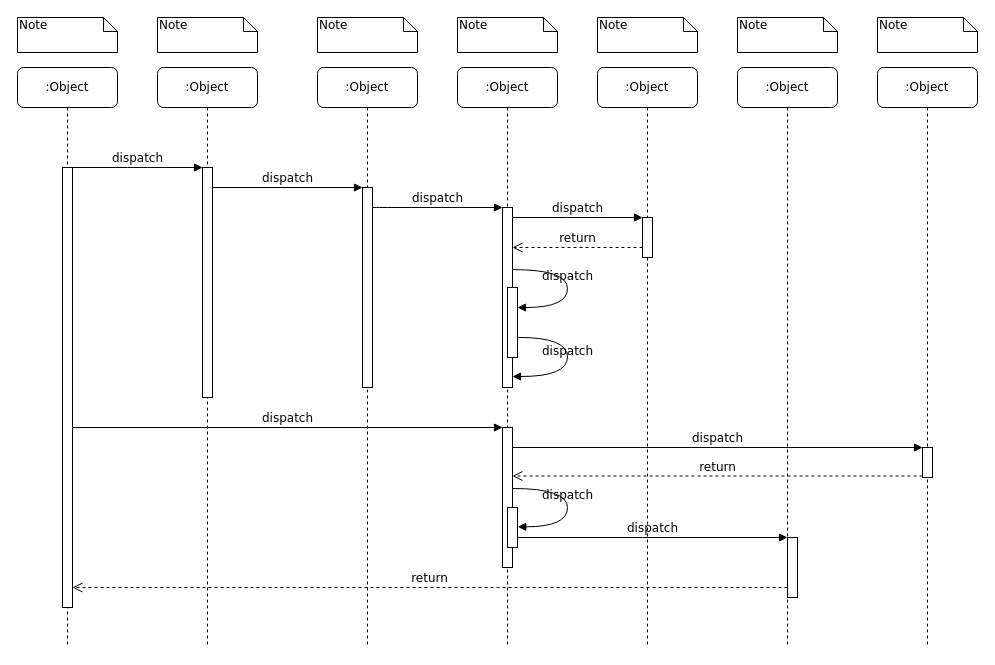
vain01/wx keeps this draw.io diagram as Demo/Untitled Diagram.drawio. Above is the earlier version. Source tidied: cells renumbered, new cells numbered last; positions are measured from the earlier drawing's top-left corner, leaving out a move shared by most shapes. Both pictures are drawn from the tidied source at 100%, with x=0, y=0 at pixel (17, 17).
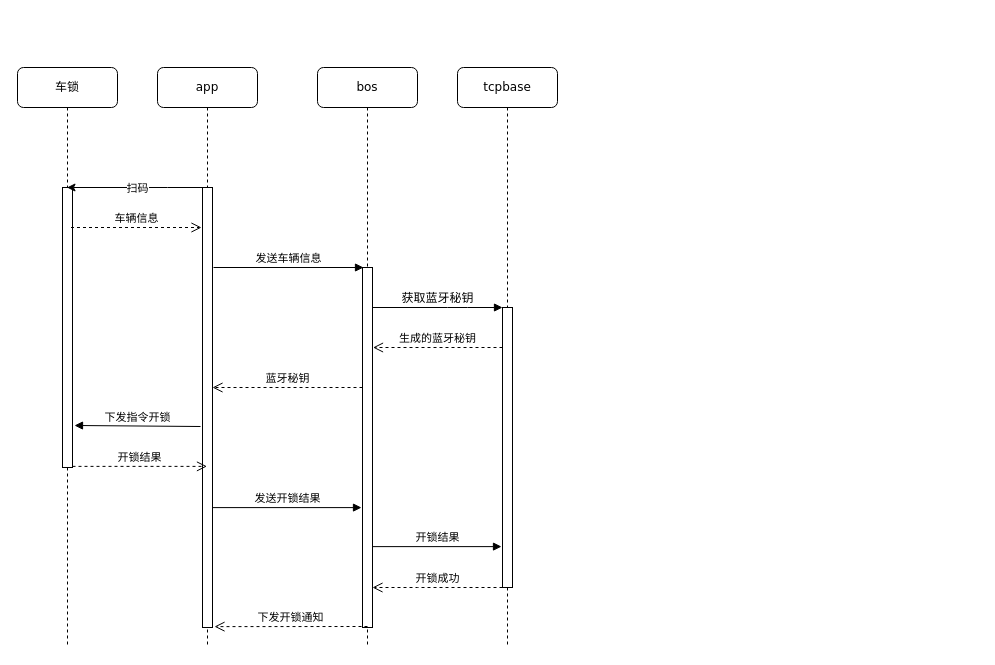
The same diagram, later.

What changed in the source:
```diff
@@
-    <mxCell id="2" value=":Object" style="shape=umlLifeline;perimeter=lifelinePerimeter;whiteSpace=wrap;html=1;outlineConnect=0;rounded=1;shadow=0;comic=0;labelBackgroundColor=none;strokeWidth=1;fontFamily=Verdana;fontSize=12;align=center;" parent="1" vertex="1">
+    <mxCell id="2" value="app" style="shape=umlLifeline;perimeter=lifelinePerimeter;whiteSpace=wrap;html=1;outlineConnect=0;rounded=1;shadow=0;comic=0;labelBackgroundColor=none;strokeWidth=1;fontFamily=Verdana;fontSize=12;align=center;" parent="1" vertex="1">
       <mxGeometry x="140" y="50" width="100" height="580" as="geometry" />
     </mxCell>
     <mxCell id="3" style="html=1;points=[];perimeter=orthogonalPerimeter;rounded=0;shadow=0;comic=0;labelBackgroundColor=none;strokeWidth=1;fontFamily=Verdana;fontSize=12;align=center;" parent="2" vertex="1">
-      <mxGeometry x="45" y="100" width="10" height="230" as="geometry" />
+      <mxGeometry x="45" y="120" width="10" height="440" as="geometry" />
     </mxCell>
-    <mxCell id="4" value=":Object" style="shape=umlLifeline;perimeter=lifelinePerimeter;whiteSpace=wrap;html=1;rounded=1;shadow=0;comic=0;labelBackgroundColor=none;strokeWidth=1;fontFamily=Verdana;fontSize=12;align=center;" parent="1" vertex="1">
+    <mxCell id="4" value="bos" style="shape=umlLifeline;perimeter=lifelinePerimeter;whiteSpace=wrap;html=1;rounded=1;shadow=0;comic=0;labelBackgroundColor=none;strokeWidth=1;fontFamily=Verdana;fontSize=12;align=center;" parent="1" vertex="1">
       <mxGeometry x="300" y="50" width="100" height="580" as="geometry" />
     </mxCell>
     <mxCell id="5" style="html=1;points=[];perimeter=orthogonalPerimeter;rounded=0;shadow=0;comic=0;labelBackgroundColor=none;strokeWidth=1;fontFamily=Verdana;fontSize=12;align=center;" parent="4" vertex="1">
-      <mxGeometry x="45" y="120" width="10" height="200" as="geometry" />
+      <mxGeometry x="45" y="200" width="10" height="360" as="geometry" />
     </mxCell>
-    <mxCell id="6" value=":Object" style="shape=umlLifeline;perimeter=lifelinePerimeter;whiteSpace=wrap;html=1;rounded=1;shadow=0;comic=0;labelBackgroundColor=none;strokeWidth=1;fontFamily=Verdana;fontSize=12;align=center;" parent="1" vertex="1">
+    <mxCell id="6" value="tcpbase" style="shape=umlLifeline;perimeter=lifelinePerimeter;whiteSpace=wrap;html=1;rounded=1;shadow=0;comic=0;labelBackgroundColor=none;strokeWidth=1;fontFamily=Verdana;fontSize=12;align=center;" parent="1" vertex="1">
       <mxGeometry x="440" y="50" width="100" height="580" as="geometry" />
     </mxCell>
-    <mxCell id="7" value=":Object" style="shape=umlLifeline;perimeter=lifelinePerimeter;whiteSpace=wrap;html=1;rounded=1;shadow=0;comic=0;labelBackgroundColor=none;strokeWidth=1;fontFamily=Verdana;fontSize=12;align=center;" parent="1" vertex="1">
-      <mxGeometry x="580" y="50" width="100" height="580" as="geometry" />
-    </mxCell>
-    <mxCell id="8" value=":Object" style="shape=umlLifeline;perimeter=lifelinePerimeter;whiteSpace=wrap;html=1;rounded=1;shadow=0;comic=0;labelBackgroundColor=none;strokeWidth=1;fontFamily=Verdana;fontSize=12;align=center;" parent="1" vertex="1">
-      <mxGeometry x="720" y="50" width="100" height="580" as="geometry" />
-    </mxCell>
-    <mxCell id="9" value=":Object" style="shape=umlLifeline;perimeter=lifelinePerimeter;whiteSpace=wrap;html=1;rounded=1;shadow=0;comic=0;labelBackgroundColor=none;strokeWidth=1;fontFamily=Verdana;fontSize=12;align=center;" parent="1" vertex="1">
-      <mxGeometry x="860" y="50" width="100" height="580" as="geometry" />
-    </mxCell>
-    <mxCell id="10" value=":Object" style="shape=umlLifeline;perimeter=lifelinePerimeter;whiteSpace=wrap;html=1;outlineConnect=0;rounded=1;shadow=0;comic=0;labelBackgroundColor=none;strokeWidth=1;fontFamily=Verdana;fontSize=12;align=center;" parent="1" vertex="1">
+    <mxCell id="10" value="车锁" style="shape=umlLifeline;perimeter=lifelinePerimeter;whiteSpace=wrap;html=1;outlineConnect=0;rounded=1;shadow=0;comic=0;labelBackgroundColor=none;strokeWidth=1;fontFamily=Verdana;fontSize=12;align=center;" parent="1" vertex="1">
       <mxGeometry y="50" width="100" height="580" as="geometry" />
     </mxCell>
     <mxCell id="11" style="html=1;points=[];perimeter=orthogonalPerimeter;rounded=0;shadow=0;comic=0;labelBackgroundColor=none;strokeWidth=1;fontFamily=Verdana;fontSize=12;align=center;" parent="10" vertex="1">
-      <mxGeometry x="45" y="100" width="10" height="440" as="geometry" />
+      <mxGeometry x="45" y="120" width="10" height="280" as="geometry" />
     </mxCell>
     <mxCell id="12" style="html=1;points=[];perimeter=orthogonalPerimeter;rounded=0;shadow=0;comic=0;labelBackgroundColor=none;strokeWidth=1;fontFamily=Verdana;fontSize=12;align=center;" parent="1" vertex="1">
-      <mxGeometry x="485" y="190" width="10" height="180" as="geometry" />
+      <mxGeometry x="485" y="290" width="10" height="280" as="geometry" />
     </mxCell>
-    <mxCell id="13" value="dispatch" style="html=1;verticalAlign=bottom;endArrow=block;labelBackgroundColor=none;fontFamily=Verdana;fontSize=12;edgeStyle=elbowEdgeStyle;elbow=vertical;" parent="1" edge="1" source="5" target="12">
+    <mxCell id="13" value="获取蓝牙秘钥" style="html=1;verticalAlign=bottom;endArrow=block;labelBackgroundColor=none;fontFamily=Verdana;fontSize=12;edgeStyle=elbowEdgeStyle;elbow=vertical;" parent="1" edge="1" source="5" target="12">
       <mxGeometry relative="1" as="geometry">
         <Array as="points">
+          <mxPoint x="440" y="290" />
+          <mxPoint x="450" y="270" />
           <mxPoint x="360" y="190" />
         </Array>
       </mxGeometry>
     </mxCell>
-    <mxCell id="14" style="html=1;points=[];perimeter=orthogonalPerimeter;rounded=0;shadow=0;comic=0;labelBackgroundColor=none;strokeWidth=1;fontFamily=Verdana;fontSize=12;align=center;" parent="1" vertex="1">
-      <mxGeometry x="625" y="200" width="10" height="40" as="geometry" />
-    </mxCell>
-    <mxCell id="15" value="dispatch" style="html=1;verticalAlign=bottom;endArrow=block;entryX=0;entryY=0;labelBackgroundColor=none;fontFamily=Verdana;fontSize=12;edgeStyle=elbowEdgeStyle;elbow=vertical;" parent="1" edge="1" source="12" target="14">
-      <mxGeometry relative="1" as="geometry" />
-    </mxCell>
-    <mxCell id="16" value="return" style="html=1;verticalAlign=bottom;endArrow=open;dashed=1;endSize=8;labelBackgroundColor=none;fontFamily=Verdana;fontSize=12;edgeStyle=elbowEdgeStyle;elbow=vertical;" parent="1" edge="1" source="14" target="12">
-      <mxGeometry relative="1" as="geometry">
-        <Array as="points">
-          <mxPoint x="570" y="230" />
-          <mxPoint x="600" y="230" />
-        </Array>
-      </mxGeometry>
-    </mxCell>
-    <mxCell id="17" style="html=1;points=[];perimeter=orthogonalPerimeter;rounded=0;shadow=0;comic=0;labelBackgroundColor=none;strokeWidth=1;fontFamily=Verdana;fontSize=12;align=center;" parent="1" vertex="1">
-      <mxGeometry x="485" y="410" width="10" height="140" as="geometry" />
-    </mxCell>
-    <mxCell id="18" value="dispatch" style="html=1;verticalAlign=bottom;endArrow=block;entryX=0;entryY=0;labelBackgroundColor=none;fontFamily=Verdana;fontSize=12;" parent="1" edge="1" source="11" target="17">
-      <mxGeometry relative="1" as="geometry" />
-    </mxCell>
-    <mxCell id="19" style="html=1;points=[];perimeter=orthogonalPerimeter;rounded=0;shadow=0;comic=0;labelBackgroundColor=none;strokeColor=#000000;strokeWidth=1;fillColor=#FFFFFF;fontFamily=Verdana;fontSize=12;fontColor=#000000;align=center;" parent="1" vertex="1">
-      <mxGeometry x="905" y="430" width="10" height="30" as="geometry" />
-    </mxCell>
-    <mxCell id="20" value="dispatch" style="html=1;verticalAlign=bottom;endArrow=block;entryX=0;entryY=0;labelBackgroundColor=none;fontFamily=Verdana;fontSize=12;" parent="1" edge="1" source="17" target="19">
-      <mxGeometry relative="1" as="geometry" />
-    </mxCell>
-    <mxCell id="21" value="return" style="html=1;verticalAlign=bottom;endArrow=open;dashed=1;endSize=8;exitX=0;exitY=0.95;labelBackgroundColor=none;fontFamily=Verdana;fontSize=12;" parent="1" edge="1" source="19" target="17">
-      <mxGeometry relative="1" as="geometry" />
-    </mxCell>
-    <mxCell id="22" style="html=1;points=[];perimeter=orthogonalPerimeter;rounded=0;shadow=0;comic=0;labelBackgroundColor=none;strokeWidth=1;fontFamily=Verdana;fontSize=12;align=center;" parent="1" vertex="1">
-      <mxGeometry x="770" y="520" width="10" height="60" as="geometry" />
-    </mxCell>
-    <mxCell id="23" value="dispatch" style="html=1;verticalAlign=bottom;endArrow=block;entryX=0;entryY=0;labelBackgroundColor=none;fontFamily=Verdana;fontSize=12;edgeStyle=elbowEdgeStyle;elbow=vertical;" parent="1" edge="1" source="30" target="22">
-      <mxGeometry relative="1" as="geometry" />
-    </mxCell>
-    <mxCell id="24" value="return" style="html=1;verticalAlign=bottom;endArrow=open;dashed=1;endSize=8;labelBackgroundColor=none;fontFamily=Verdana;fontSize=12;edgeStyle=elbowEdgeStyle;elbow=vertical;" parent="1" edge="1" source="22" target="11">
-      <mxGeometry relative="1" as="geometry">
-        <Array as="points">
-          <mxPoint x="470" y="570" />
-        </Array>
-      </mxGeometry>
-    </mxCell>
-    <mxCell id="25" value="dispatch" style="html=1;verticalAlign=bottom;endArrow=block;entryX=0;entryY=0;labelBackgroundColor=none;fontFamily=Verdana;fontSize=12;edgeStyle=elbowEdgeStyle;elbow=vertical;" parent="1" edge="1" source="11" target="3">
-      <mxGeometry relative="1" as="geometry" />
-    </mxCell>
-    <mxCell id="26" value="dispatch" style="html=1;verticalAlign=bottom;endArrow=block;entryX=0;entryY=0;labelBackgroundColor=none;fontFamily=Verdana;fontSize=12;edgeStyle=elbowEdgeStyle;elbow=vertical;" parent="1" edge="1" source="3" target="5">
-      <mxGeometry relative="1" as="geometry" />
-    </mxCell>
-    <mxCell id="27" style="html=1;points=[];perimeter=orthogonalPerimeter;rounded=0;shadow=0;comic=0;labelBackgroundColor=none;strokeWidth=1;fontFamily=Verdana;fontSize=12;align=center;" parent="1" vertex="1">
-      <mxGeometry x="490" y="270" width="10" height="70" as="geometry" />
-    </mxCell>
-    <mxCell id="28" value="dispatch" style="html=1;verticalAlign=bottom;endArrow=block;labelBackgroundColor=none;fontFamily=Verdana;fontSize=12;elbow=vertical;edgeStyle=orthogonalEdgeStyle;curved=1;entryX=1;entryY=0.286;entryPerimeter=0;exitX=1.038;exitY=0.345;exitPerimeter=0;" parent="1" edge="1" source="12" target="27">
-      <mxGeometry relative="1" as="geometry">
-        <Array as="points">
-          <mxPoint x="550" y="252" />
-          <mxPoint x="550" y="290" />
-        </Array>
-      </mxGeometry>
-    </mxCell>
-    <mxCell id="29" value="dispatch" style="html=1;verticalAlign=bottom;endArrow=block;labelBackgroundColor=none;fontFamily=Verdana;fontSize=12;elbow=vertical;edgeStyle=orthogonalEdgeStyle;curved=1;exitX=1.066;exitY=0.713;exitPerimeter=0;" parent="1" edge="1" source="27">
-      <mxGeometry relative="1" as="geometry">
-        <mxPoint x="495" y="359" as="targetPoint" />
-        <Array as="points">
-          <mxPoint x="550" y="320" />
-          <mxPoint x="550" y="359" />
-        </Array>
-      </mxGeometry>
-    </mxCell>
-    <mxCell id="30" style="html=1;points=[];perimeter=orthogonalPerimeter;rounded=0;shadow=0;comic=0;labelBackgroundColor=none;strokeWidth=1;fontFamily=Verdana;fontSize=12;align=center;" parent="1" vertex="1">
-      <mxGeometry x="490" y="490" width="10" height="40" as="geometry" />
-    </mxCell>
-    <mxCell id="31" value="dispatch" style="html=1;verticalAlign=bottom;endArrow=block;labelBackgroundColor=none;fontFamily=Verdana;fontSize=12;elbow=vertical;edgeStyle=orthogonalEdgeStyle;curved=1;entryX=1;entryY=0.286;entryPerimeter=0;exitX=1.038;exitY=0.345;exitPerimeter=0;" parent="1" edge="1">
-      <mxGeometry relative="1" as="geometry">
-        <mxPoint x="495.3" y="471" as="sourcePoint" />
-        <mxPoint x="500.3" y="509.3" as="targetPoint" />
-        <Array as="points">
-          <mxPoint x="550" y="471" />
-          <mxPoint x="550" y="509" />
-        </Array>
-      </mxGeometry>
-    </mxCell>
-    <mxCell id="32" value="Note" style="shape=note;whiteSpace=wrap;html=1;size=14;verticalAlign=top;align=left;spacingTop=-6;rounded=0;shadow=0;comic=0;labelBackgroundColor=none;strokeWidth=1;fontFamily=Verdana;fontSize=12;" parent="1" vertex="1">
-      <mxGeometry width="100" height="35" as="geometry" />
-    </mxCell>
-    <mxCell id="33" value="Note" style="shape=note;whiteSpace=wrap;html=1;size=14;verticalAlign=top;align=left;spacingTop=-6;rounded=0;shadow=0;comic=0;labelBackgroundColor=none;strokeWidth=1;fontFamily=Verdana;fontSize=12;" parent="1" vertex="1">
-      <mxGeometry x="140" width="100" height="35" as="geometry" />
-    </mxCell>
-    <mxCell id="34" value="Note" style="shape=note;whiteSpace=wrap;html=1;size=14;verticalAlign=top;align=left;spacingTop=-6;rounded=0;shadow=0;comic=0;labelBackgroundColor=none;strokeWidth=1;fontFamily=Verdana;fontSize=12;" parent="1" vertex="1">
-      <mxGeometry x="300" width="100" height="35" as="geometry" />
-    </mxCell>
-    <mxCell id="35" value="Note" style="shape=note;whiteSpace=wrap;html=1;size=14;verticalAlign=top;align=left;spacingTop=-6;rounded=0;shadow=0;comic=0;labelBackgroundColor=none;strokeWidth=1;fontFamily=Verdana;fontSize=12;" parent="1" vertex="1">
-      <mxGeometry x="440" width="100" height="35" as="geometry" />
-    </mxCell>
-    <mxCell id="36" value="Note" style="shape=note;whiteSpace=wrap;html=1;size=14;verticalAlign=top;align=left;spacingTop=-6;rounded=0;shadow=0;comic=0;labelBackgroundColor=none;strokeWidth=1;fontFamily=Verdana;fontSize=12;" parent="1" vertex="1">
-      <mxGeometry x="580" width="100" height="35" as="geometry" />
-    </mxCell>
-    <mxCell id="37" value="Note" style="shape=note;whiteSpace=wrap;html=1;size=14;verticalAlign=top;align=left;spacingTop=-6;rounded=0;shadow=0;comic=0;labelBackgroundColor=none;strokeWidth=1;fontFamily=Verdana;fontSize=12;" parent="1" vertex="1">
-      <mxGeometry x="720" width="100" height="35" as="geometry" />
-    </mxCell>
-    <mxCell id="38" value="Note" style="shape=note;whiteSpace=wrap;html=1;size=14;verticalAlign=top;align=left;spacingTop=-6;rounded=0;shadow=0;comic=0;labelBackgroundColor=none;strokeWidth=1;fontFamily=Verdana;fontSize=12;" parent="1" vertex="1">
-      <mxGeometry x="860" width="100" height="35" as="geometry" />
-    </mxCell>
+    <mxCell id="39" style="endArrow=classic;html=1;" parent="1" edge="1" source="2" target="10">
+      <mxGeometry relative="1" as="geometry">
+        <Array as="points">
+          <mxPoint x="140" y="170" />
+        </Array>
+      </mxGeometry>
+    </mxCell>
+    <mxCell id="40" value="扫码" style="edgeLabel;html=1;align=center;verticalAlign=middle;" parent="39" vertex="1">
+      <mxGeometry relative="1" as="geometry" />
+    </mxCell>
+    <mxCell id="41" value="车辆信息" style="html=1;verticalAlign=bottom;endArrow=open;dashed=1;endSize=8;" parent="1" edge="1">
+      <mxGeometry relative="1" as="geometry">
+        <mxPoint x="53.5" y="210" as="sourcePoint" />
+        <mxPoint x="184" y="210" as="targetPoint" />
+      </mxGeometry>
+    </mxCell>
+    <mxCell id="42" value="发送车辆信息" style="html=1;verticalAlign=bottom;endArrow=block;entryX=0.1;entryY=0;entryDx=0;entryDy=0;entryPerimeter=0;" parent="1" edge="1" target="5">
+      <mxGeometry relative="1" as="geometry">
+        <mxPoint x="196" y="250" as="sourcePoint" />
+      </mxGeometry>
+    </mxCell>
+    <mxCell id="43" value="生成的蓝牙秘钥" style="html=1;verticalAlign=bottom;endArrow=open;dashed=1;endSize=8;" parent="1" edge="1">
+      <mxGeometry relative="1" as="geometry">
+        <mxPoint x="485" y="330" as="sourcePoint" />
+        <mxPoint x="355.5" y="330" as="targetPoint" />
+      </mxGeometry>
+    </mxCell>
+    <mxCell id="44" value="蓝牙秘钥" style="html=1;verticalAlign=bottom;endArrow=open;dashed=1;endSize=8;" parent="1" edge="1">
+      <mxGeometry relative="1" as="geometry">
+        <mxPoint x="345" y="370" as="sourcePoint" />
+        <mxPoint x="195" y="370" as="targetPoint" />
+      </mxGeometry>
+    </mxCell>
+    <mxCell id="45" value="下发指令开锁" style="html=1;verticalAlign=bottom;endArrow=block;exitX=-0.2;exitY=0.793;exitDx=0;exitDy=0;exitPerimeter=0;entryX=1.2;entryY=0.85;entryDx=0;entryDy=0;entryPerimeter=0;" parent="1" edge="1" target="11">
+      <mxGeometry relative="1" as="geometry">
+        <mxPoint x="183" y="409" as="sourcePoint" />
+      </mxGeometry>
+    </mxCell>
+    <mxCell id="46" value="开锁结果" style="html=1;verticalAlign=bottom;endArrow=open;dashed=1;endSize=8;exitX=1;exitY=0.996;exitDx=0;exitDy=0;exitPerimeter=0;" parent="1" edge="1" source="11" target="2">
+      <mxGeometry relative="1" as="geometry" />
+    </mxCell>
+    <mxCell id="47" value="发送开锁结果" style="html=1;verticalAlign=bottom;endArrow=block;entryX=-0.1;entryY=0.703;entryDx=0;entryDy=0;entryPerimeter=0;" parent="1" edge="1">
+      <mxGeometry relative="1" as="geometry">
+        <mxPoint x="195" y="490.1" as="sourcePoint" />
+        <mxPoint x="344" y="490.1" as="targetPoint" />
+      </mxGeometry>
+    </mxCell>
+    <mxCell id="48" value="开锁结果" style="html=1;verticalAlign=bottom;endArrow=block;entryX=-0.1;entryY=0.854;entryDx=0;entryDy=0;entryPerimeter=0;" parent="1" edge="1" source="5" target="12">
+      <mxGeometry relative="1" as="geometry" />
+    </mxCell>
+    <mxCell id="49" value="开锁成功" style="html=1;verticalAlign=bottom;endArrow=open;dashed=1;endSize=8;" parent="1" edge="1" source="12" target="5">
+      <mxGeometry relative="1" as="geometry">
+        <Array as="points">
+          <mxPoint x="410" y="570" />
+        </Array>
+      </mxGeometry>
+    </mxCell>
+    <mxCell id="50" value="下发开锁通知" style="html=1;verticalAlign=bottom;endArrow=open;dashed=1;endSize=8;entryX=1.2;entryY=0.998;entryDx=0;entryDy=0;entryPerimeter=0;" parent="1" edge="1" target="3">
+      <mxGeometry relative="1" as="geometry">
+        <mxPoint x="350" y="609" as="sourcePoint" />
+      </mxGeometry>
+    </mxCell>
```
